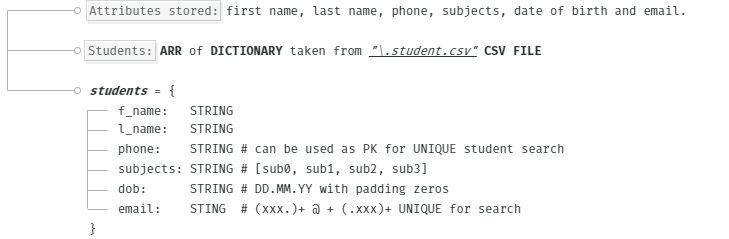
tschiboka/student_management_sys keeps this draw.io diagram as data_specification.png. Above is the earlier version. Source tidied: cells renumbered, new cells last; positions are measured from the earlier drawing's top-left corner, leaving out a move shared by most shapes.
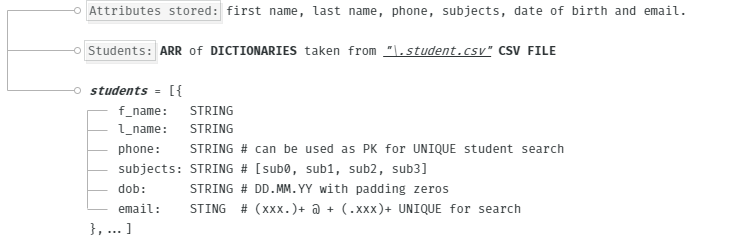
After the change.

Commit message:
correct student search

Diff of the diagram source:
```diff
@@ -2,13 +2,13 @@
   <root>
     <mxCell id="0" />
     <mxCell id="1" parent="0" />
-    <mxCell id="2" value="Students: &lt;b&gt;ARR&lt;/b&gt; of &lt;b&gt;DICTIONARY&lt;/b&gt; taken from &lt;i&gt;&lt;u&gt;&quot;\.student.csv&quot;&lt;/u&gt;&lt;/i&gt;&amp;nbsp;&lt;b&gt;CSV&lt;/b&gt;&amp;nbsp;&lt;b&gt;FILE&lt;/b&gt;&amp;nbsp;" style="text;html=1;strokeColor=none;fillColor=none;align=left;verticalAlign=middle;whiteSpace=wrap;rounded=0;fontFamily=Fira Code;fontSource=https%3A%2F%2Ffonts.googleapis.com%2Fcss2%3Ffamily%3DFira%2BCode%3Awght%40300%26display%3Dswap';fontColor=#2F3537;" parent="1" vertex="1">
+    <mxCell id="2" value="Students: &lt;b&gt;ARR&lt;/b&gt; of &lt;b&gt;DICTIONARIES&lt;/b&gt;&amp;nbsp;taken from &lt;i&gt;&lt;u&gt;&quot;\.student.csv&quot;&lt;/u&gt;&lt;/i&gt;&amp;nbsp;&lt;b&gt;CSV&lt;/b&gt;&amp;nbsp;&lt;b&gt;FILE&lt;/b&gt;&amp;nbsp;" style="text;html=1;strokeColor=none;fillColor=none;align=left;verticalAlign=middle;whiteSpace=wrap;rounded=0;fontFamily=Fira Code;fontSource=https%3A%2F%2Ffonts.googleapis.com%2Fcss2%3Ffamily%3DFira%2BCode%3Awght%40300%26display%3Dswap';fontColor=#2F3537;" parent="1" vertex="1">
       <mxGeometry x="79" y="40" width="641" height="20" as="geometry" />
     </mxCell>
     <mxCell id="3" value="Attributes stored: first name, last name, phone, subjects, date of birth and email." style="text;html=1;strokeColor=none;fillColor=none;align=left;verticalAlign=middle;whiteSpace=wrap;rounded=0;fontFamily=Fira Code;fontSource=https%3A%2F%2Ffonts.googleapis.com%2Fcss2%3Ffamily%3DFira%2BCode%3Awght%40300%26display%3Dswap';fontColor=#2F3537;" parent="1" vertex="1">
       <mxGeometry x="80" width="640" height="20" as="geometry" />
     </mxCell>
-    <mxCell id="4" value="&lt;b&gt;&lt;i&gt;students&lt;/i&gt;&lt;/b&gt; = {" style="text;html=1;strokeColor=none;fillColor=none;align=left;verticalAlign=middle;whiteSpace=wrap;rounded=0;fontFamily=Fira Code;fontSource=https%3A%2F%2Ffonts.googleapis.com%2Fcss2%3Ffamily%3DFira%2BCode%3Awght%40300%26display%3Dswap';fontColor=#2F3537;" parent="1" vertex="1">
+    <mxCell id="4" value="&lt;b&gt;&lt;i&gt;students&lt;/i&gt;&lt;/b&gt; = [{" style="text;html=1;strokeColor=none;fillColor=none;align=left;verticalAlign=middle;whiteSpace=wrap;rounded=0;fontFamily=Fira Code;fontSource=https%3A%2F%2Ffonts.googleapis.com%2Fcss2%3Ffamily%3DFira%2BCode%3Awght%40300%26display%3Dswap';fontColor=#2F3537;" parent="1" vertex="1">
       <mxGeometry x="80" y="80" width="641" height="20" as="geometry" />
     </mxCell>
     <mxCell id="5" value="&amp;nbsp; &amp;nbsp; f_name:&amp;nbsp; &amp;nbsp;STRING" style="text;html=1;strokeColor=none;fillColor=none;align=left;verticalAlign=middle;whiteSpace=wrap;rounded=0;fontFamily=Fira Code;fontSource=https%3A%2F%2Ffonts.googleapis.com%2Fcss2%3Ffamily%3DFira%2BCode%3Awght%40300%26display%3Dswap';fontColor=#2F3537;" parent="1" vertex="1">
@@ -29,7 +29,7 @@
     <mxCell id="10" value="&amp;nbsp; &amp;nbsp; email:&amp;nbsp; &amp;nbsp; STING&amp;nbsp; # (xxx.)+ @ + (.xxx)+ UNIQUE for search" style="text;html=1;strokeColor=none;fillColor=none;align=left;verticalAlign=middle;whiteSpace=wrap;rounded=0;fontFamily=Fira Code;fontSource=https%3A%2F%2Ffonts.googleapis.com%2Fcss2%3Ffamily%3DFira%2BCode%3Awght%40300%26display%3Dswap';fontColor=#2F3537;" parent="1" vertex="1">
       <mxGeometry x="80" y="198" width="641" height="20" as="geometry" />
     </mxCell>
-    <mxCell id="11" value="}" style="text;html=1;strokeColor=none;fillColor=none;align=left;verticalAlign=middle;whiteSpace=wrap;rounded=0;fontFamily=Fira Code;fontSource=https%3A%2F%2Ffonts.googleapis.com%2Fcss2%3Ffamily%3DFira%2BCode%3Awght%40300%26display%3Dswap';fontColor=#2F3537;" parent="1" vertex="1">
+    <mxCell id="11" value="},...]" style="text;html=1;strokeColor=none;fillColor=none;align=left;verticalAlign=middle;whiteSpace=wrap;rounded=0;fontFamily=Fira Code;fontSource=https%3A%2F%2Ffonts.googleapis.com%2Fcss2%3Ffamily%3DFira%2BCode%3Awght%40300%26display%3Dswap';fontColor=#2F3537;" parent="1" vertex="1">
       <mxGeometry x="80" y="218" width="641" height="20" as="geometry" />
     </mxCell>
     <mxCell id="12" style="endArrow=none;html=1;fontColor=#B3B3B3;strokeColor=#B3B3B3;" parent="1" edge="1">
```
